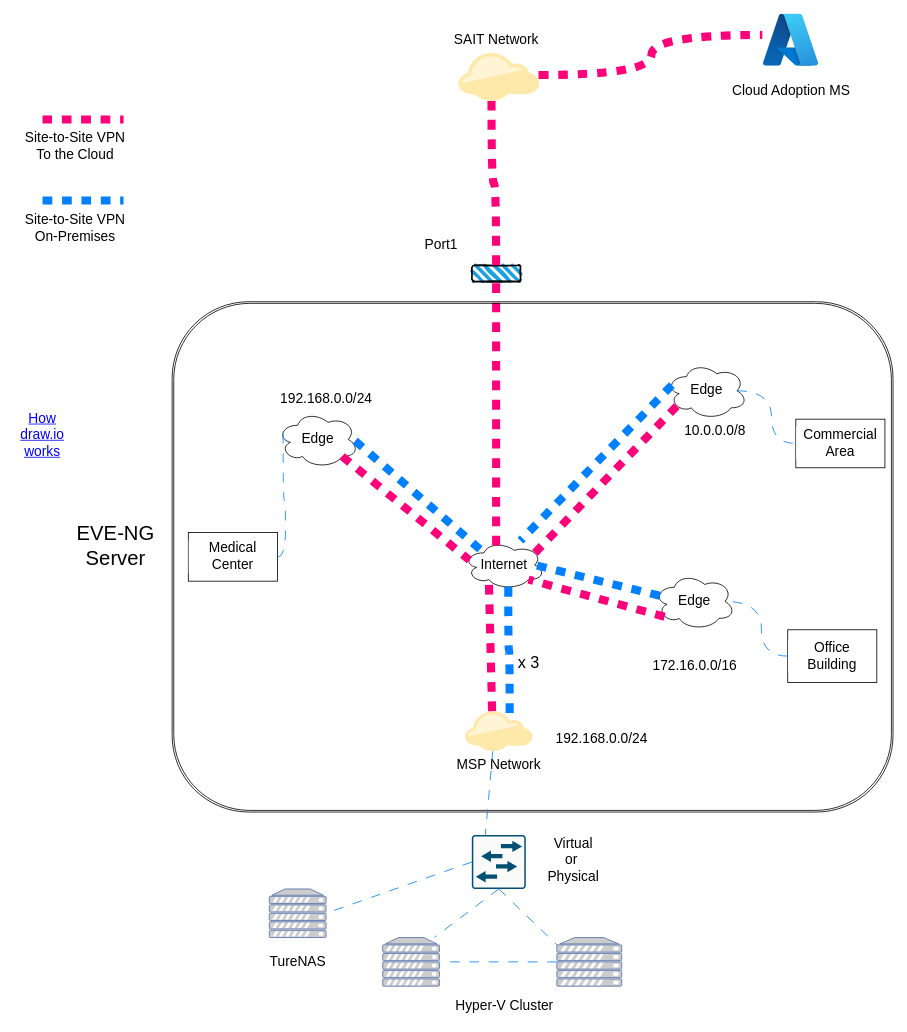
Earlier version of the draw.io diagram Capstone/Capstone-Network.drawio (Sohal-03/Draw.io). Source tidied: cells renumbered, new cells numbered last; positions are measured from the earlier drawing's top-left corner, leaving out a move shared by most shapes. Both pictures are drawn from the tidied source at 81%, with x=0, y=0 at pixel (14, 14).
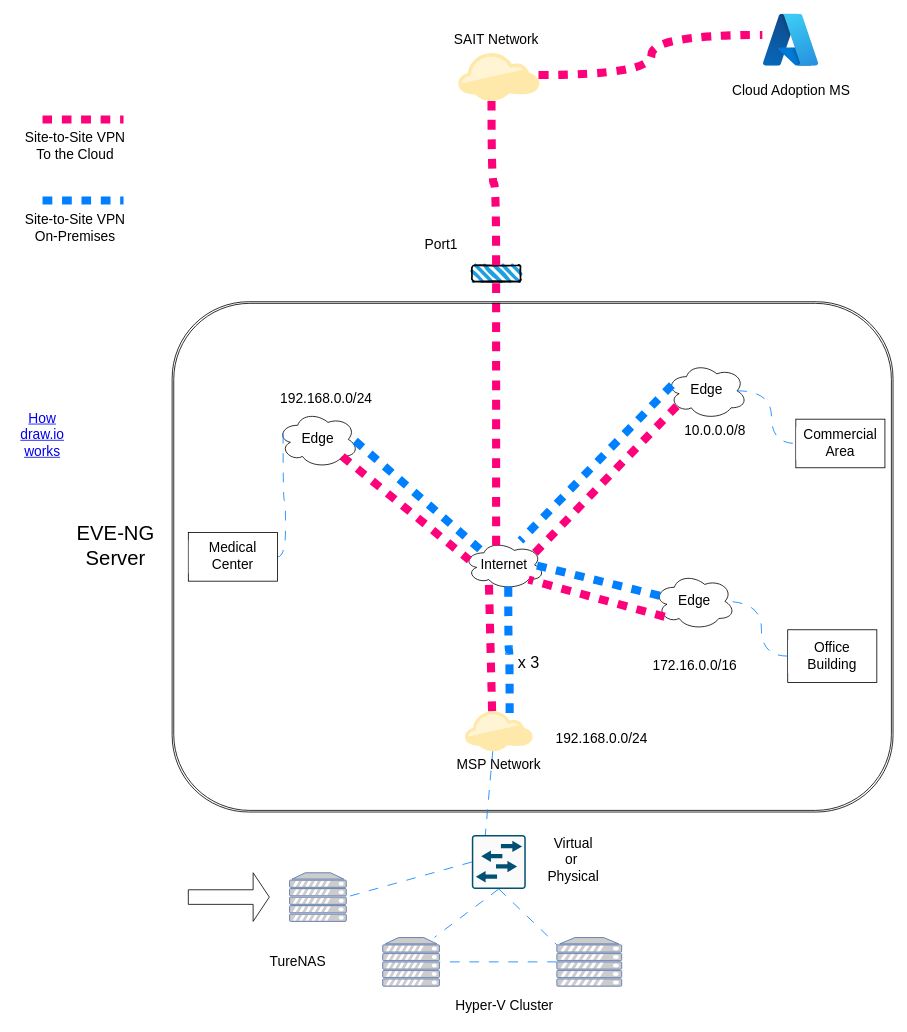
After the change.

Commit message:
Added doubt to TrueNAS database.drawio

Diff of the diagram source:
```diff
@@
     <mxCell id="50" style="fontColor=#0066CC;verticalAlign=top;verticalLabelPosition=bottom;labelPosition=center;align=center;html=1;outlineConnect=0;fillColor=#CCCCCC;strokeColor=#6881B3;gradientColor=none;gradientDirection=north;strokeWidth=2;shape=mxgraph.networks.server;fontFamily=Helvetica;fontSize=11;labelBackgroundColor=default;" parent="1" vertex="1">
-      <mxGeometry x="315" y="1080" width="70" height="60" as="geometry" />
+      <mxGeometry x="340" y="1060" width="70" height="60" as="geometry" />
     </mxCell>
@@
+    <mxCell id="54" style="shape=singleArrow;whiteSpace=wrap;html=1;" parent="1" vertex="1">
+      <mxGeometry x="215" y="1060" width="100" height="60" as="geometry" />
+    </mxCell>
```
